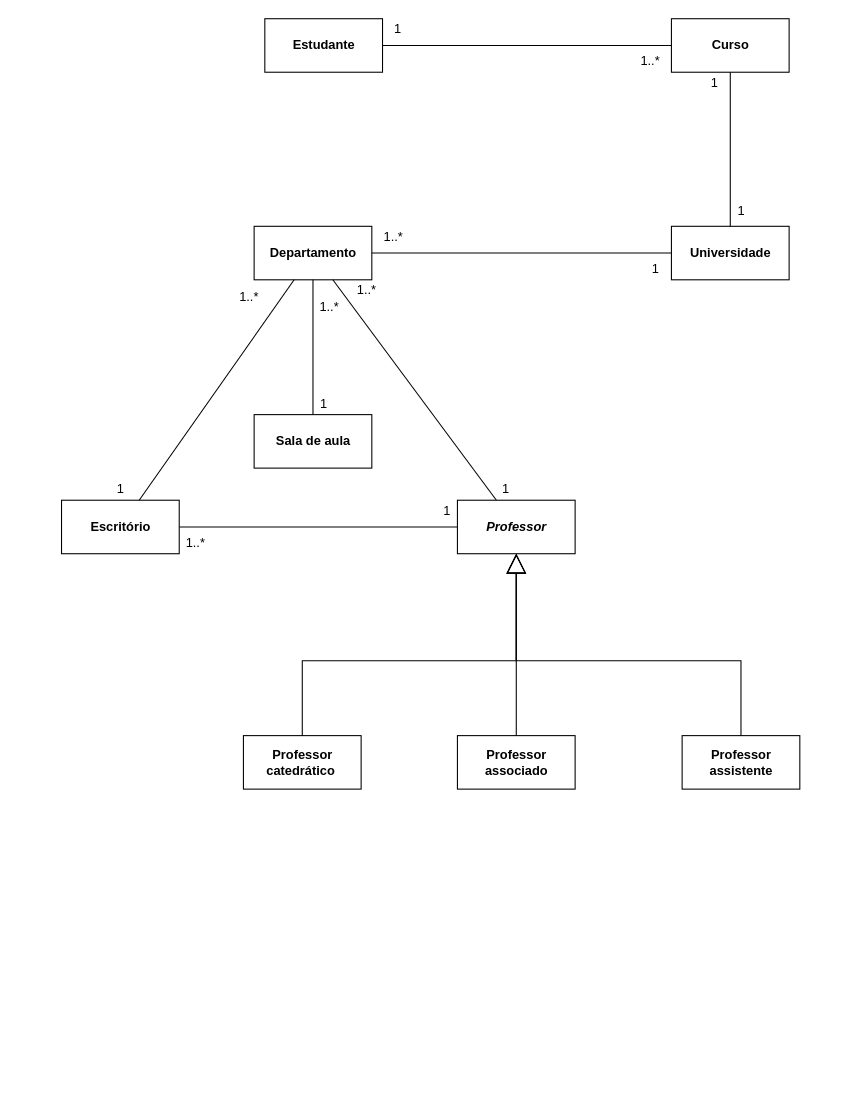
gonnatinfo2000/Ficha-6 keeps this draw.io diagram as Ficha6_ex2.drawio. Above is the earlier version. Source tidied: cells renumbered, new cells numbered last; positions are measured from the earlier drawing's top-left corner, leaving out a move shared by most shapes. Both pictures are drawn from the tidied source at 107%, with x=0, y=0 at pixel (61, 18).
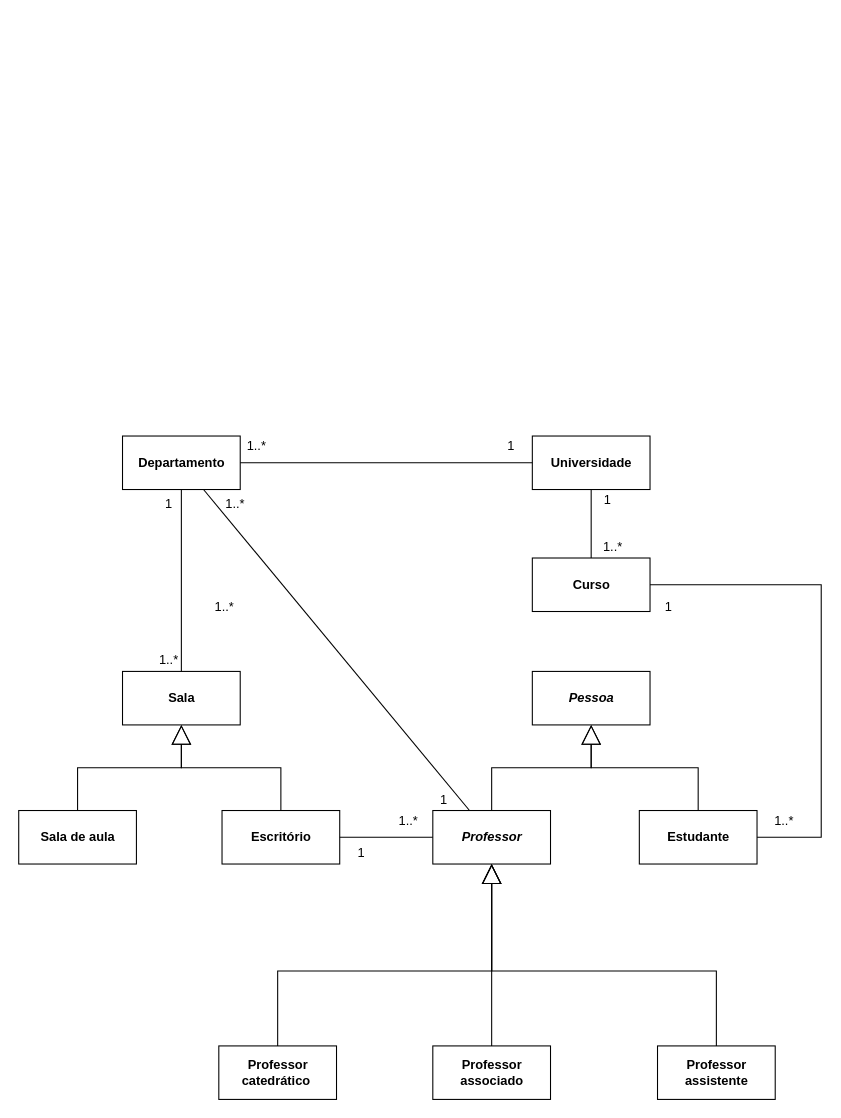
Above is the later version.

The edit, as a diff of the source:
```diff
@@
-    <mxCell id="2" value="1..*" style="text;html=1;align=center;verticalAlign=middle;strokeColor=none;fillColor=none;" parent="1" vertex="1">
-      <mxGeometry x="160" y="250" width="30" height="20" as="geometry" />
-    </mxCell>
+    <mxCell id="36" value="1..*" style="text;html=1;align=center;verticalAlign=middle;strokeColor=none;fillColor=none;" parent="1" vertex="1">
+      <mxGeometry x="137" y="540" width="30" height="20" as="geometry" />
+    </mxCell>
     <mxCell id="3" value="&lt;b&gt;Estudante&lt;/b&gt;" style="html=1;" parent="1" vertex="1">
-      <mxGeometry x="190" width="110" height="50" as="geometry" />
+      <mxGeometry x="540" y="740" width="110" height="50" as="geometry" />
     </mxCell>
     <mxCell id="4" value="&lt;b&gt;Curso&lt;/b&gt;" style="html=1;" parent="1" vertex="1">
-      <mxGeometry x="570" width="110" height="50" as="geometry" />
+      <mxGeometry x="440" y="504" width="110" height="50" as="geometry" />
     </mxCell>
     <mxCell id="5" value="&lt;b&gt;Universidade&lt;/b&gt;" style="html=1;" parent="1" vertex="1">
-      <mxGeometry x="570" y="194" width="110" height="50" as="geometry" />
+      <mxGeometry x="440" y="390" width="110" height="50" as="geometry" />
     </mxCell>
     <mxCell id="6" value="&lt;b&gt;Departamento&lt;/b&gt;" style="html=1;" parent="1" vertex="1">
-      <mxGeometry x="180" y="194" width="110" height="50" as="geometry" />
+      <mxGeometry x="57" y="390" width="110" height="50" as="geometry" />
     </mxCell>
     <mxCell id="7" value="&lt;b&gt;Escritório&lt;/b&gt;" style="html=1;" parent="1" vertex="1">
-      <mxGeometry y="450" width="110" height="50" as="geometry" />
+      <mxGeometry x="150" y="740" width="110" height="50" as="geometry" />
     </mxCell>
     <mxCell id="8" value="&lt;b&gt;Sala de aula&lt;/b&gt;" style="html=1;" parent="1" vertex="1">
-      <mxGeometry x="180" y="370" width="110" height="50" as="geometry" />
+      <mxGeometry x="-40" y="740" width="110" height="50" as="geometry" />
     </mxCell>
     <mxCell id="9" value="&lt;b&gt;&lt;i&gt;Professor&lt;/i&gt;&lt;/b&gt;" style="html=1;" parent="1" vertex="1">
-      <mxGeometry x="370" y="450" width="110" height="50" as="geometry" />
+      <mxGeometry x="347" y="740" width="110" height="50" as="geometry" />
     </mxCell>
     <mxCell id="10" value="&lt;b&gt;Professor &lt;br&gt;catedrático&amp;nbsp;&lt;/b&gt;" style="html=1;" parent="1" vertex="1">
-      <mxGeometry x="170" y="670" width="110" height="50" as="geometry" />
+      <mxGeometry x="147" y="960" width="110" height="50" as="geometry" />
     </mxCell>
     <mxCell id="11" value="&lt;b&gt;Professor&lt;br&gt;associado&lt;br&gt;&lt;/b&gt;" style="html=1;" parent="1" vertex="1">
-      <mxGeometry x="370" y="670" width="110" height="50" as="geometry" />
+      <mxGeometry x="347" y="960" width="110" height="50" as="geometry" />
     </mxCell>
     <mxCell id="12" value="&lt;b&gt;Professor&lt;br&gt;assistente&lt;br&gt;&lt;/b&gt;" style="html=1;" parent="1" vertex="1">
-      <mxGeometry x="580" y="670" width="110" height="50" as="geometry" />
+      <mxGeometry x="557" y="960" width="110" height="50" as="geometry" />
     </mxCell>
-    <mxCell id="13" style="endArrow=none;endSize=16;endFill=0;html=1;rounded=0;" parent="1" edge="1" source="3" target="4">
-      <mxGeometry relative="1" as="geometry" />
-    </mxCell>
@@
-    <mxCell id="16" style="endArrow=none;endSize=16;endFill=0;html=1;rounded=0;" parent="1" edge="1" source="7" target="6">
-      <mxGeometry relative="1" as="geometry" />
-    </mxCell>
-    <mxCell id="17" style="endArrow=none;endSize=16;endFill=0;html=1;rounded=0;" parent="1" edge="1" source="8" target="6">
-      <mxGeometry relative="1" as="geometry" />
-    </mxCell>
-    <mxCell id="18" style="endArrow=none;endSize=16;endFill=0;html=1;rounded=0;" parent="1" edge="1" source="9" target="6">
+    <mxCell id="18" style="endArrow=none;endSize=16;endFill=0;html=1;rounded=0;startArrow=none;" parent="1" edge="1" source="9" target="6">
       <mxGeometry relative="1" as="geometry" />
     </mxCell>
     <mxCell id="19" style="endArrow=block;endSize=16;endFill=0;html=1;rounded=0;" parent="1" edge="1" source="10" target="9">
       <mxGeometry relative="1" as="geometry">
         <Array as="points">
-          <mxPoint x="225" y="600" />
-          <mxPoint x="425" y="600" />
+          <mxPoint x="202" y="890" />
+          <mxPoint x="402" y="890" />
         </Array>
       </mxGeometry>
     </mxCell>
@@
     <mxCell id="21" style="endArrow=block;endSize=16;endFill=0;html=1;rounded=0;" parent="1" edge="1" source="12" target="9">
       <mxGeometry relative="1" as="geometry">
         <Array as="points">
-          <mxPoint x="635" y="600" />
-          <mxPoint x="425" y="600" />
+          <mxPoint x="612" y="890" />
+          <mxPoint x="402" y="890" />
         </Array>
       </mxGeometry>
     </mxCell>
@@
-    <mxCell id="23" value="1" style="text;html=1;align=center;verticalAlign=middle;strokeColor=none;fillColor=none;" parent="1" vertex="1">
-      <mxGeometry x="304" width="20" height="20" as="geometry" />
-    </mxCell>
-    <mxCell id="24" value="1" style="text;html=1;align=center;verticalAlign=middle;strokeColor=none;fillColor=none;" parent="1" vertex="1">
-      <mxGeometry x="600" y="50" width="20" height="20" as="geometry" />
-    </mxCell>
-    <mxCell id="25" value="1" style="text;html=1;align=center;verticalAlign=middle;strokeColor=none;fillColor=none;" parent="1" vertex="1">
-      <mxGeometry x="545" y="224" width="20" height="20" as="geometry" />
-    </mxCell>
-    <mxCell id="26" value="1" style="text;html=1;align=center;verticalAlign=middle;strokeColor=none;fillColor=none;" parent="1" vertex="1">
-      <mxGeometry x="405" y="430" width="20" height="20" as="geometry" />
-    </mxCell>
-    <mxCell id="27" value="1" style="text;html=1;align=center;verticalAlign=middle;strokeColor=none;fillColor=none;" parent="1" vertex="1">
-      <mxGeometry x="235" y="350" width="20" height="20" as="geometry" />
-    </mxCell>
-    <mxCell id="28" value="1" style="text;html=1;align=center;verticalAlign=middle;strokeColor=none;fillColor=none;" parent="1" vertex="1">
-      <mxGeometry x="45" y="430" width="20" height="20" as="geometry" />
-    </mxCell>
-    <mxCell id="29" value="1..*" style="text;html=1;align=center;verticalAlign=middle;strokeColor=none;fillColor=none;" parent="1" vertex="1">
-      <mxGeometry x="235" y="260" width="30" height="20" as="geometry" />
-    </mxCell>
-    <mxCell id="30" value="1..*" style="text;html=1;align=center;verticalAlign=middle;strokeColor=none;fillColor=none;" parent="1" vertex="1">
-      <mxGeometry x="270" y="244" width="30" height="20" as="geometry" />
-    </mxCell>
-    <mxCell id="31" value="1..*" style="text;html=1;align=center;verticalAlign=middle;strokeColor=none;fillColor=none;" parent="1" vertex="1">
-      <mxGeometry x="295" y="194" width="30" height="20" as="geometry" />
-    </mxCell>
-    <mxCell id="32" value="1..*" style="text;html=1;align=center;verticalAlign=middle;strokeColor=none;fillColor=none;" parent="1" vertex="1">
-      <mxGeometry x="535" y="30" width="30" height="20" as="geometry" />
-    </mxCell>
-    <mxCell id="33" value="1" style="text;html=1;align=center;verticalAlign=middle;strokeColor=none;fillColor=none;" parent="1" vertex="1">
-      <mxGeometry x="625" y="170" width="20" height="20" as="geometry" />
-    </mxCell>
-    <mxCell id="34" value="1..*" style="text;html=1;align=center;verticalAlign=middle;strokeColor=none;fillColor=none;" parent="1" vertex="1">
-      <mxGeometry x="110" y="480" width="30" height="20" as="geometry" />
-    </mxCell>
-    <mxCell id="35" value="1" style="text;html=1;align=center;verticalAlign=middle;strokeColor=none;fillColor=none;" parent="1" vertex="1">
-      <mxGeometry x="350" y="450" width="20" height="20" as="geometry" />
-    </mxCell>
+    <mxCell id="37" value="1" style="text;html=1;align=center;verticalAlign=middle;strokeColor=none;fillColor=none;" parent="1" vertex="1">
+      <mxGeometry x="270" y="770" width="20" height="20" as="geometry" />
+    </mxCell>
+    <mxCell id="38" value="1" style="text;html=1;align=center;verticalAlign=middle;strokeColor=none;fillColor=none;" parent="1" vertex="1">
+      <mxGeometry x="500" y="440" width="20" height="20" as="geometry" />
+    </mxCell>
+    <mxCell id="39" value="1" style="text;html=1;align=center;verticalAlign=middle;strokeColor=none;fillColor=none;" parent="1" vertex="1">
+      <mxGeometry x="90" y="444" width="20" height="20" as="geometry" />
+    </mxCell>
+    <mxCell id="40" value="1" style="text;html=1;align=center;verticalAlign=middle;strokeColor=none;fillColor=none;" parent="1" vertex="1">
+      <mxGeometry x="410" y="390" width="20" height="20" as="geometry" />
+    </mxCell>
+    <mxCell id="41" value="1..*" style="text;html=1;align=center;verticalAlign=middle;strokeColor=none;fillColor=none;" parent="1" vertex="1">
+      <mxGeometry x="85" y="590" width="30" height="20" as="geometry" />
+    </mxCell>
+    <mxCell id="42" value="1..*" style="text;html=1;align=center;verticalAlign=middle;strokeColor=none;fillColor=none;" parent="1" vertex="1">
+      <mxGeometry x="147" y="444" width="30" height="20" as="geometry" />
+    </mxCell>
+    <mxCell id="43" value="1..*" style="text;html=1;align=center;verticalAlign=middle;strokeColor=none;fillColor=none;" parent="1" vertex="1">
+      <mxGeometry x="500" y="484" width="30" height="20" as="geometry" />
+    </mxCell>
+    <mxCell id="44" value="1..*" style="text;html=1;align=center;verticalAlign=middle;strokeColor=none;fillColor=none;" parent="1" vertex="1">
+      <mxGeometry x="309" y="740" width="30" height="20" as="geometry" />
+    </mxCell>
+    <mxCell id="45" value="&lt;b&gt;Sala&lt;/b&gt;" style="html=1;" parent="1" vertex="1">
+      <mxGeometry x="57" y="610" width="110" height="50" as="geometry" />
+    </mxCell>
+    <mxCell id="46" style="endArrow=none;endSize=16;endFill=0;html=1;rounded=0;" parent="1" edge="1" source="6" target="45">
+      <mxGeometry relative="1" as="geometry" />
+    </mxCell>
+    <mxCell id="47" style="endArrow=block;endSize=16;endFill=0;html=1;rounded=0;" parent="1" edge="1" source="7" target="45">
+      <mxGeometry relative="1" as="geometry">
+        <Array as="points">
+          <mxPoint x="205" y="700" />
+          <mxPoint x="112" y="700" />
+        </Array>
+      </mxGeometry>
+    </mxCell>
+    <mxCell id="48" style="endArrow=block;endSize=16;endFill=0;html=1;rounded=0;" parent="1" edge="1" source="8" target="45">
+      <mxGeometry relative="1" as="geometry">
+        <Array as="points">
+          <mxPoint x="15" y="700" />
+          <mxPoint x="112" y="700" />
+        </Array>
+      </mxGeometry>
+    </mxCell>
+    <mxCell id="49" value="&lt;b&gt;&lt;i&gt;Pessoa&lt;/i&gt;&lt;/b&gt;" style="html=1;" parent="1" vertex="1">
+      <mxGeometry x="440" y="610" width="110" height="50" as="geometry" />
+    </mxCell>
+    <mxCell id="50" style="endArrow=block;endSize=16;endFill=0;html=1;rounded=0;" parent="1" edge="1" source="3" target="49">
+      <mxGeometry relative="1" as="geometry">
+        <Array as="points">
+          <mxPoint x="595" y="700" />
+          <mxPoint x="495" y="700" />
+        </Array>
+      </mxGeometry>
+    </mxCell>
+    <mxCell id="51" style="endArrow=block;endSize=16;endFill=0;html=1;rounded=0;" parent="1" edge="1" source="9" target="49">
+      <mxGeometry relative="1" as="geometry">
+        <Array as="points">
+          <mxPoint x="402" y="700" />
+          <mxPoint x="495" y="700" />
+        </Array>
+      </mxGeometry>
+    </mxCell>
+    <mxCell id="52" value="1..*" style="text;html=1;align=center;verticalAlign=middle;strokeColor=none;fillColor=none;" parent="1" vertex="1">
+      <mxGeometry x="167" y="390" width="30" height="20" as="geometry" />
+    </mxCell>
+    <mxCell id="53" value="1" style="text;html=1;align=center;verticalAlign=middle;strokeColor=none;fillColor=none;" parent="1" vertex="1">
+      <mxGeometry x="347" y="720" width="20" height="20" as="geometry" />
+    </mxCell>
+    <mxCell id="13" style="endArrow=none;html=1;rounded=0;exitX=1;exitY=0.5;exitDx=0;exitDy=0;" parent="1" edge="1" source="3" target="4">
+      <mxGeometry relative="1" as="geometry">
+        <Array as="points">
+          <mxPoint x="710" y="765" />
+          <mxPoint x="710" y="529" />
+        </Array>
+      </mxGeometry>
+    </mxCell>
+    <mxCell id="54" value="1..*" style="text;html=1;align=center;verticalAlign=middle;strokeColor=none;fillColor=none;" parent="1" vertex="1">
+      <mxGeometry x="660" y="740" width="30" height="20" as="geometry" />
+    </mxCell>
+    <mxCell id="55" value="1" style="text;html=1;align=center;verticalAlign=middle;strokeColor=none;fillColor=none;" parent="1" vertex="1">
+      <mxGeometry x="557" y="540" width="20" height="20" as="geometry" />
+    </mxCell>
```
